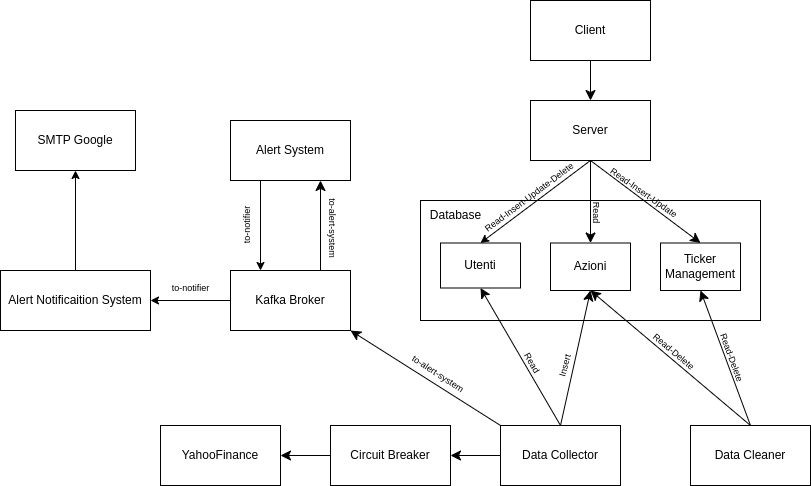
alestrange01/DSBD_HW keeps this draw.io diagram as img/Diagramma_architettura.png. Above is the earlier version. Source tidied: cells renumbered, new cells last; positions are measured from the earlier drawing's top-left corner, leaving out a move shared by most shapes.
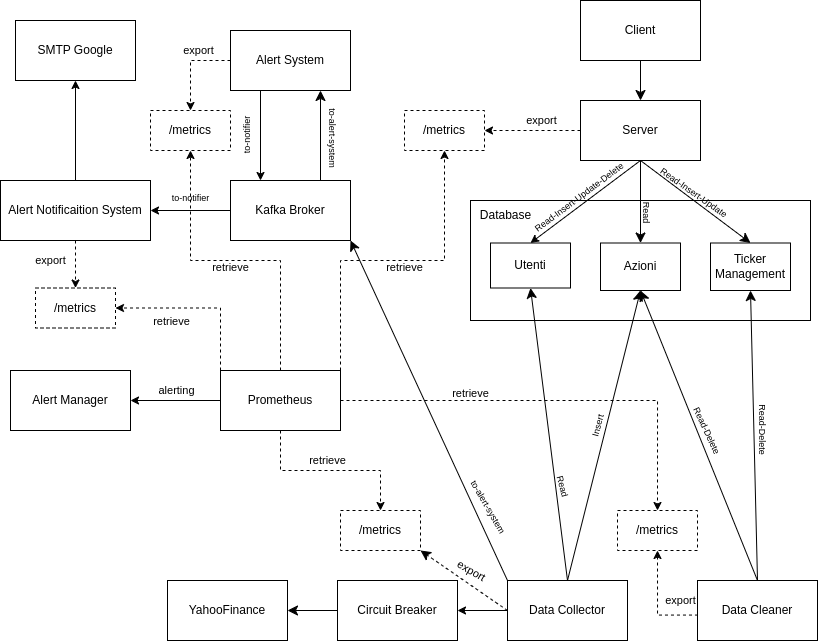
The same file after the commit.

What changed in the source:
```diff
@@ -3,43 +3,59 @@
     <mxCell id="0" />
     <mxCell id="1" parent="0" />
     <mxCell id="2" style="rounded=0;whiteSpace=wrap;html=1;" parent="1" vertex="1">
-      <mxGeometry x="420" y="200" width="340" height="120" as="geometry" />
+      <mxGeometry x="470" y="120" width="340" height="120" as="geometry" />
     </mxCell>
     <mxCell id="3" style="edgeStyle=none;curved=1;rounded=0;jettySize=auto;html=1;exitX=0.5;exitY=1;exitDx=0;exitDy=0;entryX=0.5;entryY=0;entryDx=0;entryDy=0;fontSize=12;startSize=8;endSize=8;" parent="1" edge="1" source="4" target="6">
       <mxGeometry relative="1" as="geometry" />
     </mxCell>
     <mxCell id="4" value="Client" style="rounded=0;whiteSpace=wrap;html=1;" parent="1" vertex="1">
-      <mxGeometry x="530" width="120" height="60" as="geometry" />
+      <mxGeometry x="580" y="-80" width="120" height="60" as="geometry" />
     </mxCell>
     <mxCell id="5" style="edgeStyle=none;curved=1;rounded=0;jettySize=auto;html=1;exitX=0.5;exitY=1;exitDx=0;exitDy=0;entryX=0.5;entryY=0;entryDx=0;entryDy=0;fontSize=12;startSize=8;endSize=8;" parent="1" edge="1" source="6" target="18">
       <mxGeometry relative="1" as="geometry" />
     </mxCell>
+    <mxCell id="43" style="edgeStyle=orthogonalEdgeStyle;rounded=0;jettySize=auto;html=1;entryX=1;entryY=0.5;entryDx=0;entryDy=0;dashed=1;" parent="1" edge="1" source="6" target="69">
+      <mxGeometry relative="1" as="geometry" />
+    </mxCell>
+    <mxCell id="44" value="export" style="edgeLabel;html=1;align=center;verticalAlign=middle;" parent="43" vertex="1">
+      <mxGeometry x="0.18" y="-1" relative="1" as="geometry">
+        <mxPoint x="17" y="-9" as="offset" />
+      </mxGeometry>
+    </mxCell>
     <mxCell id="6" value="Server" style="rounded=0;whiteSpace=wrap;html=1;" parent="1" vertex="1">
-      <mxGeometry x="530" y="100" width="120" height="60" as="geometry" />
+      <mxGeometry x="580" y="20" width="120" height="60" as="geometry" />
     </mxCell>
-    <mxCell id="7" style="edgeStyle=none;curved=1;rounded=0;jettySize=auto;html=1;exitX=0;exitY=0.5;exitDx=0;exitDy=0;entryX=1;entryY=0.5;entryDx=0;entryDy=0;fontSize=12;startSize=8;endSize=8;" parent="1" edge="1" source="10" target="22">
+    <mxCell id="7" style="edgeStyle=none;curved=1;rounded=0;jettySize=auto;html=1;exitX=0;exitY=0.5;exitDx=0;exitDy=0;entryX=1;entryY=1;entryDx=0;entryDy=0;fontSize=12;startSize=8;endSize=8;dashed=1;" parent="1" edge="1" source="10" target="66">
       <mxGeometry relative="1" as="geometry" />
     </mxCell>
+    <mxCell id="45" value="export" style="edgeLabel;html=1;align=center;verticalAlign=middle;rotation=30;" parent="7" vertex="1">
+      <mxGeometry x="0.07" relative="1" as="geometry">
+        <mxPoint x="10" y="-8" as="offset" />
+      </mxGeometry>
+    </mxCell>
     <mxCell id="8" style="edgeStyle=none;curved=1;rounded=0;jettySize=auto;html=1;exitX=0.5;exitY=0;exitDx=0;exitDy=0;entryX=0.5;entryY=1;entryDx=0;entryDy=0;fontSize=12;startSize=8;endSize=8;" parent="1" edge="1" source="10" target="13">
       <mxGeometry relative="1" as="geometry" />
     </mxCell>
     <mxCell id="9" style="edgeStyle=none;curved=1;rounded=0;jettySize=auto;html=1;exitX=0.5;exitY=0;exitDx=0;exitDy=0;entryX=0.5;entryY=1;entryDx=0;entryDy=0;fontSize=12;startSize=8;endSize=8;" parent="1" edge="1" source="10" target="14">
       <mxGeometry relative="1" as="geometry" />
     </mxCell>
+    <mxCell id="46" style="edgeStyle=orthogonalEdgeStyle;rounded=0;jettySize=auto;html=1;" parent="1" edge="1" source="10" target="22">
+      <mxGeometry relative="1" as="geometry" />
+    </mxCell>
     <mxCell id="10" value="Data Collector" style="whiteSpace=wrap;html=1;" parent="1" vertex="1">
-      <mxGeometry x="500" y="425" width="120" height="60" as="geometry" />
+      <mxGeometry x="507" y="500" width="120" height="60" as="geometry" />
     </mxCell>
     <mxCell id="11" value="YahooFinance" style="whiteSpace=wrap;html=1;" parent="1" vertex="1">
-      <mxGeometry x="160" y="425" width="120" height="60" as="geometry" />
+      <mxGeometry x="167" y="500" width="120" height="60" as="geometry" />
     </mxCell>
     <mxCell id="12" value="Database" style="text;html=1;align=center;verticalAlign=middle;strokeColor=none;fillColor=none;" parent="1" vertex="1">
-      <mxGeometry x="420" y="200" width="70" height="30" as="geometry" />
+      <mxGeometry x="470" y="120" width="70" height="30" as="geometry" />
     </mxCell>
     <mxCell id="13" value="Utenti" style="whiteSpace=wrap;html=1;" parent="1" vertex="1">
-      <mxGeometry x="440" y="242.5" width="80" height="45" as="geometry" />
+      <mxGeometry x="490" y="162.5" width="80" height="45" as="geometry" />
     </mxCell>
     <mxCell id="14" value="Azioni" style="whiteSpace=wrap;html=1;" parent="1" vertex="1">
-      <mxGeometry x="550" y="242.5" width="80" height="47.5" as="geometry" />
+      <mxGeometry x="600" y="162.5" width="80" height="47.5" as="geometry" />
     </mxCell>
     <mxCell id="15" style="edgeStyle=none;curved=1;rounded=0;jettySize=auto;html=1;exitX=0.5;exitY=0;exitDx=0;exitDy=0;entryX=0.5;entryY=1;entryDx=0;entryDy=0;fontSize=12;startSize=8;endSize=8;" parent="1" edge="1" source="17" target="14">
       <mxGeometry relative="1" as="geometry" />
@@ -47,11 +63,19 @@
     <mxCell id="16" style="edgeStyle=none;curved=1;rounded=0;jettySize=auto;html=1;exitX=0.5;exitY=0;exitDx=0;exitDy=0;entryX=0.5;entryY=1;entryDx=0;entryDy=0;fontSize=12;startSize=8;endSize=8;" parent="1" edge="1" source="17" target="18">
       <mxGeometry relative="1" as="geometry" />
     </mxCell>
+    <mxCell id="47" style="edgeStyle=orthogonalEdgeStyle;rounded=0;jettySize=auto;html=1;entryX=0.5;entryY=1;entryDx=0;entryDy=0;exitX=0.004;exitY=0.576;exitDx=0;exitDy=0;exitPerimeter=0;dashed=1;" parent="1" edge="1" source="17" target="67">
+      <mxGeometry relative="1" as="geometry" />
+    </mxCell>
+    <mxCell id="48" value="export" style="edgeLabel;html=1;align=center;verticalAlign=middle;" parent="47" vertex="1">
+      <mxGeometry x="-0.34" y="-2" relative="1" as="geometry">
+        <mxPoint x="17" y="-13" as="offset" />
+      </mxGeometry>
+    </mxCell>
     <mxCell id="17" value="Data Cleaner" style="whiteSpace=wrap;html=1;" parent="1" vertex="1">
-      <mxGeometry x="690" y="425" width="120" height="60" as="geometry" />
+      <mxGeometry x="697" y="500" width="120" height="60" as="geometry" />
     </mxCell>
     <mxCell id="18" value="Ticker Management" style="whiteSpace=wrap;html=1;" parent="1" vertex="1">
-      <mxGeometry x="660" y="242.5" width="80" height="47.5" as="geometry" />
+      <mxGeometry x="710" y="162.5" width="80" height="47.5" as="geometry" />
     </mxCell>
     <mxCell id="19" style="edgeStyle=none;curved=1;rounded=0;jettySize=auto;html=1;exitX=0.5;exitY=1;exitDx=0;exitDy=0;entryX=0.5;entryY=0;entryDx=0;entryDy=0;fontSize=12;startSize=8;endSize=8;" parent="1" edge="1" source="6" target="14">
       <mxGeometry relative="1" as="geometry" />
@@ -63,67 +87,150 @@
       <mxGeometry relative="1" as="geometry" />
     </mxCell>
     <mxCell id="22" value="Circuit Breaker" style="whiteSpace=wrap;html=1;" parent="1" vertex="1">
-      <mxGeometry x="330" y="425" width="120" height="60" as="geometry" />
+      <mxGeometry x="337" y="500" width="120" height="60" as="geometry" />
     </mxCell>
-    <mxCell id="23" value="&lt;font style=&quot;font-size: 9px;&quot;&gt;Read-Delete&lt;/font&gt;" style="text;html=1;align=center;verticalAlign=middle;strokeColor=none;fillColor=none;fontSize=16;rotation=70;" parent="1" vertex="1">
-      <mxGeometry x="699" y="341" width="70" height="30" as="geometry" />
+    <mxCell id="23" value="&lt;font style=&quot;font-size: 9px;&quot;&gt;Read-Delete&lt;/font&gt;" style="text;html=1;align=center;verticalAlign=middle;strokeColor=none;fillColor=none;fontSize=16;rotation=90;" parent="1" vertex="1">
+      <mxGeometry x="730" y="334" width="70" height="30" as="geometry" />
     </mxCell>
-    <mxCell id="24" value="&lt;font style=&quot;font-size: 9px;&quot;&gt;Read-Delete&lt;/font&gt;" style="text;html=1;align=center;verticalAlign=middle;strokeColor=none;fillColor=none;fontSize=16;rotation=40;" parent="1" vertex="1">
-      <mxGeometry x="640" y="334" width="70" height="30" as="geometry" />
+    <mxCell id="24" value="&lt;font style=&quot;font-size: 9px;&quot;&gt;Read-Delete&lt;/font&gt;" style="text;html=1;align=center;verticalAlign=middle;strokeColor=none;fillColor=none;fontSize=16;rotation=65;" parent="1" vertex="1">
+      <mxGeometry x="674" y="334" width="70" height="30" as="geometry" />
     </mxCell>
     <mxCell id="25" value="&lt;font style=&quot;font-size: 9px;&quot;&gt;Insert&lt;/font&gt;" style="text;html=1;align=center;verticalAlign=middle;strokeColor=none;fillColor=none;fontSize=16;rotation=-75;" parent="1" vertex="1">
-      <mxGeometry x="537" y="350" width="50" height="30" as="geometry" />
+      <mxGeometry x="570" y="330" width="50" height="30" as="geometry" />
     </mxCell>
-    <mxCell id="26" value="&lt;font style=&quot;font-size: 9px;&quot;&gt;Read&lt;/font&gt;" style="text;html=1;align=center;verticalAlign=middle;strokeColor=none;fillColor=none;fontSize=16;rotation=60;" parent="1" vertex="1">
-      <mxGeometry x="509" y="346" width="50" height="30" as="geometry" />
+    <mxCell id="26" value="&lt;font style=&quot;font-size: 9px;&quot;&gt;Read&lt;/font&gt;" style="text;html=1;align=center;verticalAlign=middle;strokeColor=none;fillColor=none;fontSize=16;rotation=75;" parent="1" vertex="1">
+      <mxGeometry x="540" y="390" width="50" height="30" as="geometry" />
     </mxCell>
     <mxCell id="27" value="&lt;font style=&quot;font-size: 9px;&quot;&gt;Read-Insert-Update&lt;/font&gt;" style="text;html=1;align=center;verticalAlign=middle;strokeColor=none;fillColor=none;fontSize=16;rotation=35;" parent="1" vertex="1">
-      <mxGeometry x="595" y="175" width="100" height="30" as="geometry" />
+      <mxGeometry x="645" y="95" width="100" height="30" as="geometry" />
     </mxCell>
     <mxCell id="28" value="&lt;font style=&quot;font-size: 9px;&quot;&gt;Read&lt;/font&gt;" style="text;html=1;align=center;verticalAlign=middle;strokeColor=none;fillColor=none;fontSize=16;rotation=90;" parent="1" vertex="1">
-      <mxGeometry x="574" y="197" width="50" height="30" as="geometry" />
+      <mxGeometry x="624" y="117" width="50" height="30" as="geometry" />
     </mxCell>
     <mxCell id="29" value="&lt;font style=&quot;font-size: 9px;&quot;&gt;Read-Insert-Update-Delete&lt;/font&gt;" style="text;html=1;align=center;verticalAlign=middle;strokeColor=none;fillColor=none;fontSize=16;rotation=323;" parent="1" vertex="1">
-      <mxGeometry x="462" y="180" width="130" height="30" as="geometry" />
+      <mxGeometry x="512" y="100" width="130" height="30" as="geometry" />
     </mxCell>
     <mxCell id="30" value="Kafka Broker" style="whiteSpace=wrap;html=1;" parent="1" vertex="1">
-      <mxGeometry x="230" y="270" width="120" height="60" as="geometry" />
+      <mxGeometry x="230" y="100" width="120" height="60" as="geometry" />
     </mxCell>
     <mxCell id="31" style="edgeStyle=none;curved=1;rounded=0;jettySize=auto;html=1;exitX=0;exitY=0;exitDx=0;exitDy=0;entryX=1;entryY=1;entryDx=0;entryDy=0;fontSize=12;startSize=8;endSize=8;" parent="1" edge="1" source="10" target="30">
       <mxGeometry relative="1" as="geometry" />
     </mxCell>
-    <mxCell id="32" value="&lt;font style=&quot;font-size: 9px;&quot;&gt;to-alert-system&lt;/font&gt;" style="text;html=1;align=center;verticalAlign=middle;strokeColor=none;fillColor=none;fontSize=16;rotation=33;" parent="1" vertex="1">
-      <mxGeometry x="399" y="356" width="80" height="30" as="geometry" />
+    <mxCell id="32" value="&lt;font style=&quot;font-size: 9px;&quot;&gt;to-alert-system&lt;/font&gt;" style="text;html=1;align=center;verticalAlign=middle;strokeColor=none;fillColor=none;fontSize=16;rotation=60;" parent="1" vertex="1">
+      <mxGeometry x="450" y="410" width="80" height="30" as="geometry" />
     </mxCell>
     <mxCell id="33" style="edgeStyle=orthogonalEdgeStyle;rounded=0;jettySize=auto;html=1;exitX=0.25;exitY=1;exitDx=0;exitDy=0;entryX=0.25;entryY=0;entryDx=0;entryDy=0;" parent="1" edge="1" source="34" target="30">
       <mxGeometry relative="1" as="geometry" />
     </mxCell>
+    <mxCell id="49" style="edgeStyle=orthogonalEdgeStyle;rounded=0;jettySize=auto;html=1;entryX=0.5;entryY=0;entryDx=0;entryDy=0;exitX=0;exitY=0.5;exitDx=0;exitDy=0;dashed=1;" parent="1" edge="1" source="34" target="70">
+      <mxGeometry relative="1" as="geometry" />
+    </mxCell>
+    <mxCell id="50" value="export" style="edgeLabel;html=1;align=center;verticalAlign=middle;" parent="49" vertex="1">
+      <mxGeometry x="-0.28" relative="1" as="geometry">
+        <mxPoint y="-10" as="offset" />
+      </mxGeometry>
+    </mxCell>
     <mxCell id="34" value="Alert System" style="whiteSpace=wrap;html=1;" parent="1" vertex="1">
-      <mxGeometry x="230" y="120" width="120" height="60" as="geometry" />
+      <mxGeometry x="230" y="-50" width="120" height="60" as="geometry" />
     </mxCell>
     <mxCell id="35" style="edgeStyle=orthogonalEdgeStyle;rounded=0;jettySize=auto;html=1;" parent="1" edge="1" source="36" target="42">
       <mxGeometry relative="1" as="geometry" />
     </mxCell>
+    <mxCell id="51" style="edgeStyle=orthogonalEdgeStyle;rounded=0;jettySize=auto;html=1;entryX=0.5;entryY=0;entryDx=0;entryDy=0;dashed=1;" parent="1" edge="1" source="36" target="71">
+      <mxGeometry relative="1" as="geometry" />
+    </mxCell>
+    <mxCell id="52" value="export" style="edgeLabel;html=1;align=center;verticalAlign=middle;" parent="51" vertex="1">
+      <mxGeometry x="-0.31" relative="1" as="geometry">
+        <mxPoint x="-25" y="4" as="offset" />
+      </mxGeometry>
+    </mxCell>
     <mxCell id="36" value="Alert Notificaition System" style="whiteSpace=wrap;html=1;" parent="1" vertex="1">
-      <mxGeometry y="270" width="150" height="60" as="geometry" />
+      <mxGeometry y="100" width="150" height="60" as="geometry" />
     </mxCell>
     <mxCell id="37" style="edgeStyle=none;curved=1;rounded=0;jettySize=auto;html=1;exitX=0.75;exitY=0;exitDx=0;exitDy=0;entryX=0.75;entryY=1;entryDx=0;entryDy=0;fontSize=12;startSize=8;endSize=8;" parent="1" edge="1" source="30" target="34">
       <mxGeometry relative="1" as="geometry" />
     </mxCell>
     <mxCell id="38" value="&lt;font style=&quot;font-size: 9px;&quot;&gt;to-alert-system&lt;/font&gt;" style="text;html=1;align=center;verticalAlign=middle;strokeColor=none;fillColor=none;fontSize=16;rotation=90;" parent="1" vertex="1">
-      <mxGeometry x="295" y="212.5" width="80" height="30" as="geometry" />
+      <mxGeometry x="295" y="42.5" width="80" height="30" as="geometry" />
     </mxCell>
     <mxCell id="39" value="&lt;font style=&quot;font-size: 9px;&quot;&gt;to-notifier&lt;/font&gt;" style="text;html=1;align=center;verticalAlign=middle;strokeColor=none;fillColor=none;fontSize=16;rotation=270;" parent="1" vertex="1">
-      <mxGeometry x="214" y="210" width="60" height="30" as="geometry" />
+      <mxGeometry x="214" y="40" width="60" height="30" as="geometry" />
     </mxCell>
     <mxCell id="40" value="&lt;font style=&quot;font-size: 9px;&quot;&gt;to-notifier&lt;/font&gt;" style="text;html=1;align=center;verticalAlign=middle;strokeColor=none;fillColor=none;fontSize=16;rotation=0;" parent="1" vertex="1">
-      <mxGeometry x="160" y="270" width="60" height="30" as="geometry" />
+      <mxGeometry x="160" y="100" width="60" height="30" as="geometry" />
     </mxCell>
     <mxCell id="41" style="edgeStyle=orthogonalEdgeStyle;rounded=0;jettySize=auto;html=1;exitX=0;exitY=0.5;exitDx=0;exitDy=0;entryX=1;entryY=0.5;entryDx=0;entryDy=0;" parent="1" edge="1" source="30" target="36">
       <mxGeometry relative="1" as="geometry" />
     </mxCell>
     <mxCell id="42" value="SMTP Google" style="whiteSpace=wrap;html=1;" parent="1" vertex="1">
-      <mxGeometry x="15" y="110" width="120" height="60" as="geometry" />
+      <mxGeometry x="15" y="-60" width="120" height="60" as="geometry" />
     </mxCell>
+    <mxCell id="53" style="edgeStyle=orthogonalEdgeStyle;rounded=0;jettySize=auto;html=1;" parent="1" edge="1" source="64" target="65">
+      <mxGeometry relative="1" as="geometry" />
+    </mxCell>
+    <mxCell id="54" value="alerting" style="edgeLabel;html=1;align=center;verticalAlign=middle;" parent="53" vertex="1">
+      <mxGeometry x="-0.02" y="1" relative="1" as="geometry">
+        <mxPoint y="-11" as="offset" />
+      </mxGeometry>
+    </mxCell>
+    <mxCell id="55" style="edgeStyle=orthogonalEdgeStyle;rounded=0;jettySize=auto;html=1;entryX=0.5;entryY=0;entryDx=0;entryDy=0;dashed=1;" parent="1" edge="1" source="64" target="66">
+      <mxGeometry relative="1" as="geometry" />
+    </mxCell>
+    <mxCell id="56" value="&lt;span style=&quot;color: rgb(0, 0, 0); font-family: Helvetica; font-size: 11px; font-style: normal; font-variant-ligatures: normal; font-variant-caps: normal; font-weight: 400; letter-spacing: normal; orphans: 2; text-align: center; text-indent: 0px; text-transform: none; widows: 2; word-spacing: 0px; -webkit-text-stroke-width: 0px; white-space: nowrap; background-color: rgb(255, 255, 255); text-decoration-thickness: initial; text-decoration-style: initial; text-decoration-color: initial; display: inline !important; float: none;&quot;&gt;retrieve&lt;/span&gt;" style="edgeLabel;html=1;align=center;verticalAlign=middle;" parent="55" vertex="1">
+      <mxGeometry x="-0.04" y="2" relative="1" as="geometry">
+        <mxPoint y="-8" as="offset" />
+      </mxGeometry>
+    </mxCell>
+    <mxCell id="57" style="edgeStyle=orthogonalEdgeStyle;rounded=0;jettySize=auto;html=1;exitX=1;exitY=0.5;exitDx=0;exitDy=0;entryX=0.5;entryY=0;entryDx=0;entryDy=0;dashed=1;" parent="1" edge="1" source="64" target="67">
+      <mxGeometry relative="1" as="geometry" />
+    </mxCell>
+    <mxCell id="58" style="edgeStyle=orthogonalEdgeStyle;rounded=0;jettySize=auto;html=1;exitX=0;exitY=0;exitDx=0;exitDy=0;entryX=1;entryY=0.5;entryDx=0;entryDy=0;dashed=1;" parent="1" edge="1" source="64" target="71">
+      <mxGeometry relative="1" as="geometry" />
+    </mxCell>
+    <mxCell id="59" value="&lt;span style=&quot;color: rgb(0, 0, 0); font-family: Helvetica; font-size: 11px; font-style: normal; font-variant-ligatures: normal; font-variant-caps: normal; font-weight: 400; letter-spacing: normal; orphans: 2; text-align: center; text-indent: 0px; text-transform: none; widows: 2; word-spacing: 0px; -webkit-text-stroke-width: 0px; white-space: nowrap; background-color: rgb(255, 255, 255); text-decoration-thickness: initial; text-decoration-style: initial; text-decoration-color: initial; display: inline !important; float: none;&quot;&gt;retrieve&lt;/span&gt;" style="edgeLabel;html=1;align=center;verticalAlign=middle;" parent="58" vertex="1">
+      <mxGeometry x="0.11" y="-2" relative="1" as="geometry">
+        <mxPoint x="-19" y="15" as="offset" />
+      </mxGeometry>
+    </mxCell>
+    <mxCell id="60" style="edgeStyle=orthogonalEdgeStyle;rounded=0;jettySize=auto;html=1;entryX=0.5;entryY=1;entryDx=0;entryDy=0;dashed=1;" parent="1" edge="1" source="64" target="70">
+      <mxGeometry relative="1" as="geometry" />
+    </mxCell>
+    <mxCell id="61" value="retrieve" style="edgeLabel;html=1;align=center;verticalAlign=middle;" parent="60" vertex="1">
+      <mxGeometry x="-0.46" relative="1" as="geometry">
+        <mxPoint x="-50" y="-20" as="offset" />
+      </mxGeometry>
+    </mxCell>
+    <mxCell id="62" style="edgeStyle=orthogonalEdgeStyle;rounded=0;jettySize=auto;html=1;exitX=1;exitY=0;exitDx=0;exitDy=0;entryX=0.5;entryY=1;entryDx=0;entryDy=0;dashed=1;" parent="1" edge="1" source="64" target="69">
+      <mxGeometry relative="1" as="geometry" />
+    </mxCell>
+    <mxCell id="63" value="&lt;span style=&quot;color: rgb(0, 0, 0); font-family: Helvetica; font-size: 11px; font-style: normal; font-variant-ligatures: normal; font-variant-caps: normal; font-weight: 400; letter-spacing: normal; orphans: 2; text-align: center; text-indent: 0px; text-transform: none; widows: 2; word-spacing: 0px; -webkit-text-stroke-width: 0px; white-space: nowrap; background-color: rgb(255, 255, 255); text-decoration-thickness: initial; text-decoration-style: initial; text-decoration-color: initial; display: inline !important; float: none;&quot;&gt;retrieve&lt;/span&gt;" style="edgeLabel;html=1;align=center;verticalAlign=middle;" parent="62" vertex="1">
+      <mxGeometry x="-0.43" y="-1" relative="1" as="geometry">
+        <mxPoint x="63" y="-11" as="offset" />
+      </mxGeometry>
+    </mxCell>
+    <mxCell id="64" value="Prometheus" style="whiteSpace=wrap;html=1;" parent="1" vertex="1">
+      <mxGeometry x="220" y="290" width="120" height="60" as="geometry" />
+    </mxCell>
+    <mxCell id="65" value="Alert Manager" style="whiteSpace=wrap;html=1;" parent="1" vertex="1">
+      <mxGeometry x="10" y="290" width="120" height="60" as="geometry" />
+    </mxCell>
+    <mxCell id="66" value="/metrics" style="whiteSpace=wrap;html=1;dashed=1;" parent="1" vertex="1">
+      <mxGeometry x="340" y="430" width="80" height="40" as="geometry" />
+    </mxCell>
+    <mxCell id="67" value="/metrics" style="whiteSpace=wrap;html=1;dashed=1;" parent="1" vertex="1">
+      <mxGeometry x="617" y="430" width="80" height="40" as="geometry" />
+    </mxCell>
+    <mxCell id="68" value="&lt;span style=&quot;color: rgb(0, 0, 0); font-family: Helvetica; font-size: 11px; font-style: normal; font-variant-ligatures: normal; font-variant-caps: normal; font-weight: 400; letter-spacing: normal; orphans: 2; text-align: center; text-indent: 0px; text-transform: none; widows: 2; word-spacing: 0px; -webkit-text-stroke-width: 0px; white-space: nowrap; background-color: rgb(255, 255, 255); text-decoration-thickness: initial; text-decoration-style: initial; text-decoration-color: initial; display: inline !important; float: none;&quot;&gt;retrieve&lt;/span&gt;" style="text;html=1;align=center;verticalAlign=middle;strokeColor=none;fillColor=none;" parent="1" vertex="1">
+      <mxGeometry x="440" y="298" width="60" height="30" as="geometry" />
+    </mxCell>
+    <mxCell id="69" value="/metrics" style="whiteSpace=wrap;html=1;dashed=1;" parent="1" vertex="1">
+      <mxGeometry x="404" y="30" width="80" height="40" as="geometry" />
+    </mxCell>
+    <mxCell id="70" value="&lt;p style=&quot;line-height: 120%; margin-top: 12px; margin-bottom: 12px;&quot;&gt;/metrics&lt;br&gt;&lt;/p&gt;" style="whiteSpace=wrap;html=1;dashed=1;" parent="1" vertex="1">
+      <mxGeometry x="150" y="30" width="80" height="40" as="geometry" />
+    </mxCell>
+    <mxCell id="71" value="/metrics" style="whiteSpace=wrap;html=1;dashed=1;" parent="1" vertex="1">
+      <mxGeometry x="35" y="207.5" width="80" height="40" as="geometry" />
+    </mxCell>
   </root>
 </mxGraphModel>
```
